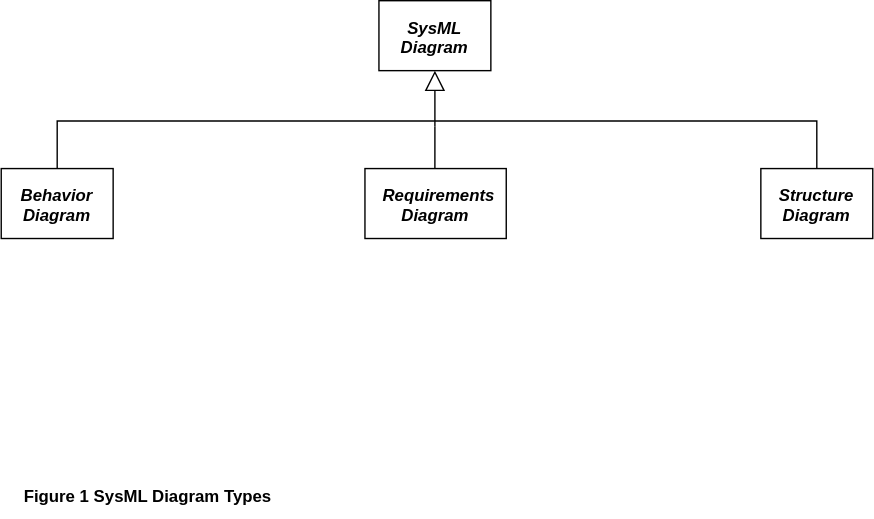
The draw.io diagram Views/SysML_Diagrams.svg in JeffreyWerth/AWS-Architecture-Model-Repository, before a commit. Source tidied: cells renumbered, new cells last; positions are measured from the earlier drawing's top-left corner, leaving out a move shared by most shapes.
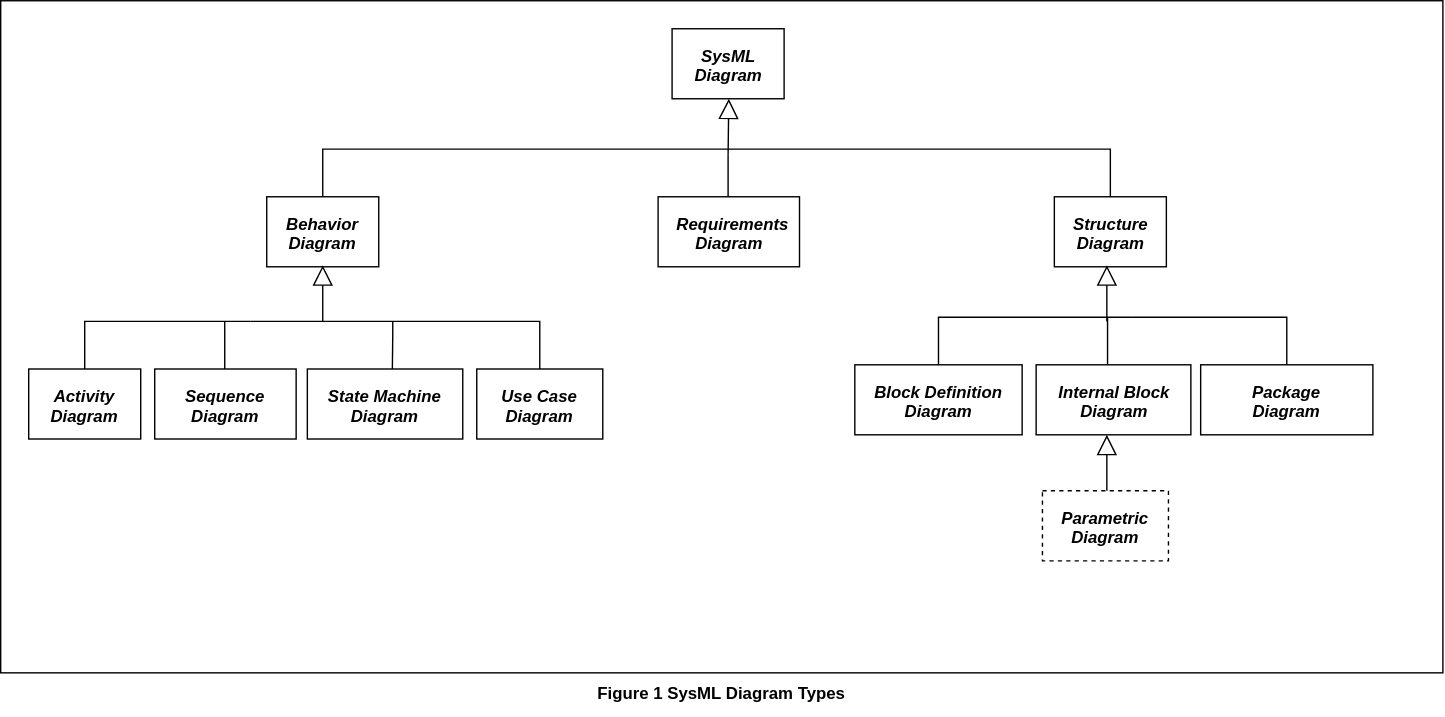
The same file after the commit.

What changed in the source:
```diff
@@ -2,11 +2,14 @@
   <root>
     <mxCell id="0" />
     <mxCell id="1" parent="0" />
+    <mxCell id="11" style="rounded=0;whiteSpace=wrap;html=1;" parent="1" vertex="1">
+      <mxGeometry x="-209.5" y="-20" width="1030" height="480" as="geometry" />
+    </mxCell>
     <mxCell id="2" value="&lt;p style=&quot;margin: 13px&quot;&gt;&lt;b&gt;&lt;i&gt;SysML Diagram&lt;/i&gt;&lt;/b&gt;&lt;/p&gt;" style="shape=rect;html=1;overflow=fill;whiteSpace=wrap;align=center;" parent="1" vertex="1">
       <mxGeometry x="270" width="80" height="50" as="geometry" />
     </mxCell>
     <mxCell id="3" value="&lt;p style=&quot;margin: 13px&quot;&gt;&lt;b&gt;&lt;i&gt;Behavior Diagram&lt;/i&gt;&lt;/b&gt;&lt;/p&gt;" style="shape=rect;html=1;overflow=fill;whiteSpace=wrap;align=center;" parent="1" vertex="1">
-      <mxGeometry y="120" width="80" height="50" as="geometry" />
+      <mxGeometry x="-19.5" y="120" width="80" height="50" as="geometry" />
     </mxCell>
     <mxCell id="4" value="&lt;p style=&quot;margin: 13px&quot;&gt;&lt;b&gt;&lt;i&gt;Requirements Diagram&lt;/i&gt;&lt;/b&gt;&lt;/p&gt;" style="shape=rect;html=1;overflow=fill;whiteSpace=wrap;align=center;" parent="1" vertex="1">
       <mxGeometry x="260" y="120" width="101" height="50" as="geometry" />
@@ -45,7 +48,116 @@
       </mxGeometry>
     </mxCell>
     <mxCell id="10" value="Figure 1 SysML Diagram Types" style="text;html=1;strokeColor=none;fillColor=none;align=center;verticalAlign=middle;whiteSpace=wrap;rounded=0;fontStyle=1;" parent="1" vertex="1">
-      <mxGeometry x="10" y="340" width="190" height="30" as="geometry" />
+      <mxGeometry x="210.5" y="460" width="190" height="30" as="geometry" />
     </mxCell>
+    <mxCell id="12" value="&lt;p style=&quot;margin: 13px&quot;&gt;&lt;b&gt;&lt;i&gt;Activity Diagram&lt;/i&gt;&lt;/b&gt;&lt;/p&gt;" style="shape=rect;html=1;overflow=fill;whiteSpace=wrap;align=center;" parent="1" vertex="1">
+      <mxGeometry x="-189.5" y="243" width="80" height="50" as="geometry" />
+    </mxCell>
+    <mxCell id="13" value="&lt;p style=&quot;margin: 13px&quot;&gt;&lt;b&gt;&lt;i&gt;Sequence Diagram&lt;/i&gt;&lt;/b&gt;&lt;/p&gt;" style="shape=rect;html=1;overflow=fill;whiteSpace=wrap;align=center;" parent="1" vertex="1">
+      <mxGeometry x="-99.5" y="243" width="101" height="50" as="geometry" />
+    </mxCell>
+    <mxCell id="14" value="&lt;p style=&quot;margin: 13px&quot;&gt;&lt;b&gt;&lt;i&gt;Use Case Diagram&lt;/i&gt;&lt;/b&gt;&lt;/p&gt;" style="shape=rect;html=1;overflow=fill;whiteSpace=wrap;align=center;" parent="1" vertex="1">
+      <mxGeometry x="130.5" y="243" width="90" height="50" as="geometry" />
+    </mxCell>
+    <mxCell id="15" style="edgeStyle=elbowEdgeStyle;html=1;endSize=12;endArrow=block;endFill=0;elbow=horizontal;rounded=0;entryX=0.5;entryY=1;entryDx=0;entryDy=0;" parent="1" edge="1">
+      <mxGeometry x="1" relative="1" as="geometry">
+        <mxPoint x="20.5" y="209" as="sourcePoint" />
+        <mxPoint x="20.5" y="169" as="targetPoint" />
+        <Array as="points">
+          <mxPoint x="20.5" y="189" />
+        </Array>
+      </mxGeometry>
+    </mxCell>
+    <mxCell id="16" style="edgeStyle=elbowEdgeStyle;html=1;elbow=vertical;verticalAlign=bottom;endArrow=none;rounded=0;entryX=0.5;entryY=0;entryDx=0;entryDy=0;" parent="1" edge="1" target="14">
+      <mxGeometry x="1" relative="1" as="geometry">
+        <mxPoint x="-31" y="209" as="sourcePoint" />
+        <Array as="points">
+          <mxPoint x="119" y="209" />
+        </Array>
+      </mxGeometry>
+    </mxCell>
+    <mxCell id="17" style="edgeStyle=elbowEdgeStyle;html=1;elbow=vertical;verticalAlign=bottom;endArrow=none;rounded=0;entryX=0.5;entryY=0;entryDx=0;entryDy=0;" parent="1" edge="1" target="12">
+      <mxGeometry x="1" relative="1" as="geometry">
+        <mxPoint x="-31" y="209" as="sourcePoint" />
+        <Array as="points">
+          <mxPoint x="-151" y="209" />
+        </Array>
+      </mxGeometry>
+    </mxCell>
+    <mxCell id="18" style="edgeStyle=elbowEdgeStyle;html=1;elbow=vertical;verticalAlign=bottom;endArrow=none;rounded=0;" parent="1" edge="1">
+      <mxGeometry x="1" relative="1" as="geometry">
+        <mxPoint x="-49.5" y="209" as="sourcePoint" />
+        <mxPoint x="-49.5" y="243" as="targetPoint" />
+        <Array as="points">
+          <mxPoint x="-11" y="219" />
+        </Array>
+      </mxGeometry>
+    </mxCell>
+    <mxCell id="19" value="&lt;p style=&quot;margin: 13px&quot;&gt;&lt;b&gt;&lt;i&gt;State Machine Diagram&lt;/i&gt;&lt;/b&gt;&lt;/p&gt;" style="shape=rect;html=1;overflow=fill;whiteSpace=wrap;align=center;" parent="1" vertex="1">
+      <mxGeometry x="9.5" y="243" width="111" height="50" as="geometry" />
+    </mxCell>
+    <mxCell id="20" style="edgeStyle=elbowEdgeStyle;html=1;elbow=vertical;verticalAlign=bottom;endArrow=none;rounded=0;entryX=0.547;entryY=0;entryDx=0;entryDy=0;entryPerimeter=0;" parent="1" edge="1" target="19">
+      <mxGeometry x="1" relative="1" as="geometry">
+        <mxPoint x="70.5" y="209" as="sourcePoint" />
+        <Array as="points">
+          <mxPoint x="83" y="219" />
+        </Array>
+      </mxGeometry>
+    </mxCell>
+    <mxCell id="21" value="&lt;p style=&quot;margin: 13px&quot;&gt;&lt;b&gt;&lt;i&gt;Block Definition Diagram&lt;/i&gt;&lt;/b&gt;&lt;/p&gt;" style="shape=rect;html=1;overflow=fill;whiteSpace=wrap;align=center;" parent="1" vertex="1">
+      <mxGeometry x="400.5" y="240" width="119.5" height="50" as="geometry" />
+    </mxCell>
+    <mxCell id="22" value="&lt;p style=&quot;margin: 13px&quot;&gt;&lt;b&gt;&lt;i&gt;Internal Block Diagram&lt;/i&gt;&lt;/b&gt;&lt;/p&gt;" style="shape=rect;html=1;overflow=fill;whiteSpace=wrap;align=center;" parent="1" vertex="1">
+      <mxGeometry x="530" y="240" width="110.5" height="50" as="geometry" />
+    </mxCell>
+    <mxCell id="23" value="&lt;p style=&quot;margin: 13px&quot;&gt;&lt;b&gt;&lt;i&gt;Package Diagram&lt;/i&gt;&lt;/b&gt;&lt;/p&gt;" style="shape=rect;html=1;overflow=fill;whiteSpace=wrap;align=center;" parent="1" vertex="1">
+      <mxGeometry x="647.5" y="240" width="123" height="50" as="geometry" />
+    </mxCell>
+    <mxCell id="24" style="edgeStyle=elbowEdgeStyle;html=1;elbow=vertical;verticalAlign=bottom;endArrow=none;rounded=0;entryX=0.5;entryY=0;entryDx=0;entryDy=0;" parent="1" edge="1" target="23">
+      <mxGeometry x="1" relative="1" as="geometry">
+        <mxPoint x="598.5" y="206" as="sourcePoint" />
+        <Array as="points">
+          <mxPoint x="748.5" y="206" />
+        </Array>
+      </mxGeometry>
+    </mxCell>
+    <mxCell id="25" style="edgeStyle=elbowEdgeStyle;html=1;elbow=vertical;verticalAlign=bottom;endArrow=none;rounded=0;entryX=0.5;entryY=0;entryDx=0;entryDy=0;" parent="1" edge="1" target="21">
+      <mxGeometry x="1" relative="1" as="geometry">
+        <mxPoint x="598.5" y="206" as="sourcePoint" />
+        <Array as="points">
+          <mxPoint x="478.5" y="206" />
+        </Array>
+      </mxGeometry>
+    </mxCell>
+    <mxCell id="26" style="edgeStyle=elbowEdgeStyle;html=1;elbow=vertical;verticalAlign=bottom;endArrow=none;rounded=0;" parent="1" edge="1">
+      <mxGeometry x="1" relative="1" as="geometry">
+        <mxPoint x="581" y="206" as="sourcePoint" />
+        <mxPoint x="581" y="240" as="targetPoint" />
+        <Array as="points">
+          <mxPoint x="619.5" y="216" />
+        </Array>
+      </mxGeometry>
+    </mxCell>
+    <mxCell id="27" style="edgeStyle=elbowEdgeStyle;html=1;endSize=12;endArrow=block;endFill=0;elbow=horizontal;rounded=0;entryX=0.5;entryY=1;entryDx=0;entryDy=0;" parent="1" edge="1">
+      <mxGeometry x="1" relative="1" as="geometry">
+        <mxPoint x="580.5" y="209" as="sourcePoint" />
+        <mxPoint x="580.5" y="169" as="targetPoint" />
+        <Array as="points">
+          <mxPoint x="580.5" y="189" />
+        </Array>
+      </mxGeometry>
+    </mxCell>
+    <mxCell id="28" value="&lt;p style=&quot;margin: 13px&quot;&gt;&lt;b&gt;&lt;i&gt;Parametric Diagram&lt;/i&gt;&lt;/b&gt;&lt;/p&gt;" style="shape=rect;html=1;overflow=fill;whiteSpace=wrap;align=center;dashed=1;" parent="1" vertex="1">
+      <mxGeometry x="534.5" y="330" width="90" height="50" as="geometry" />
+    </mxCell>
+    <mxCell id="29" style="edgeStyle=elbowEdgeStyle;html=1;endSize=12;endArrow=block;endFill=0;elbow=horizontal;rounded=0;entryX=0.5;entryY=1;entryDx=0;entryDy=0;" parent="1" edge="1">
+      <mxGeometry x="1" relative="1" as="geometry">
+        <mxPoint x="580.5" y="330" as="sourcePoint" />
+        <mxPoint x="580.5" y="290" as="targetPoint" />
+        <Array as="points">
+          <mxPoint x="580.5" y="310" />
+        </Array>
+      </mxGeometry>
+    </mxCell>
   </root>
 </mxGraphModel>
```
